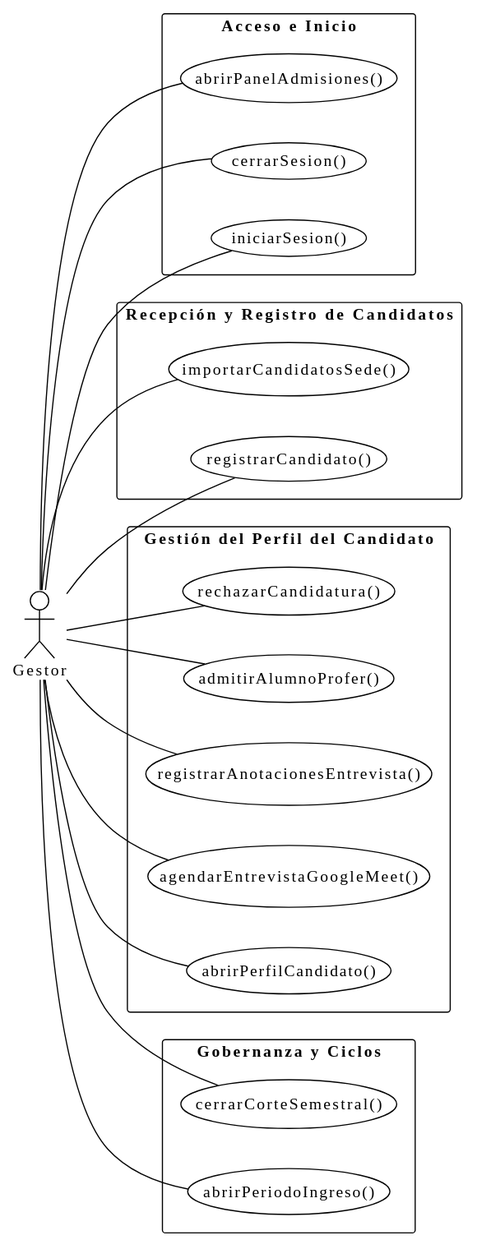
Before: images/RUP/01-requisitos/01-actores-casos-uso/actoresCasosUsoGestor.svg, a diagram exported from PlantUML (TheMoys/CTS-Academy).
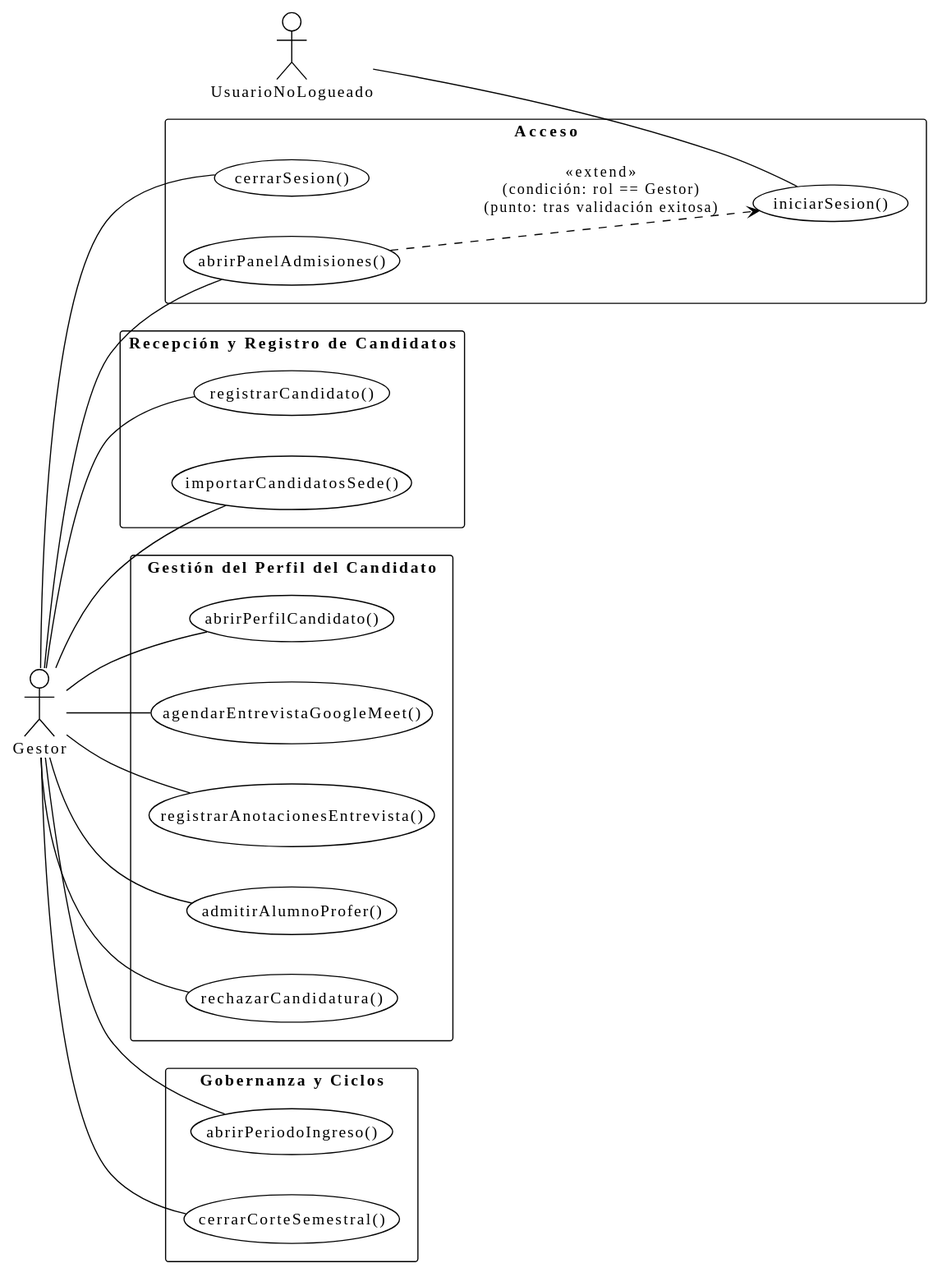
The same file after the commit.

Change to the diagram source:
```diff
@@ -3,13 +3,19 @@
 left to right direction
 skinparam packageStyle rectangle
 
+actor UsuarioNoLogueado
 actor Gestor
 
-package "Acceso e Inicio" {
+package "Acceso" {
   usecase iniciarSesion as "iniciarSesion()"
   usecase cerrarSesion as "cerrarSesion()"
   usecase abrirPanelAdmisiones as "abrirPanelAdmisiones()"
 }
+
+UsuarioNoLogueado -- iniciarSesion
+Gestor -- cerrarSesion
+Gestor -- abrirPanelAdmisiones
+abrirPanelAdmisiones ..> iniciarSesion : <<extend>>\n(condición: rol == Gestor)\n(punto: tras validación exitosa)
 
 package "Recepción y Registro de Candidatos" {
   usecase registrarCandidato as "registrarCandidato()"
@@ -29,10 +35,6 @@
   usecase cerrarCorteSemestral as "cerrarCorteSemestral()"
 }
 
-Gestor -- iniciarSesion
-Gestor -- cerrarSesion
-Gestor -- abrirPanelAdmisiones
-
 Gestor -- registrarCandidato
 Gestor -- importarCandidatosSede
 
```
